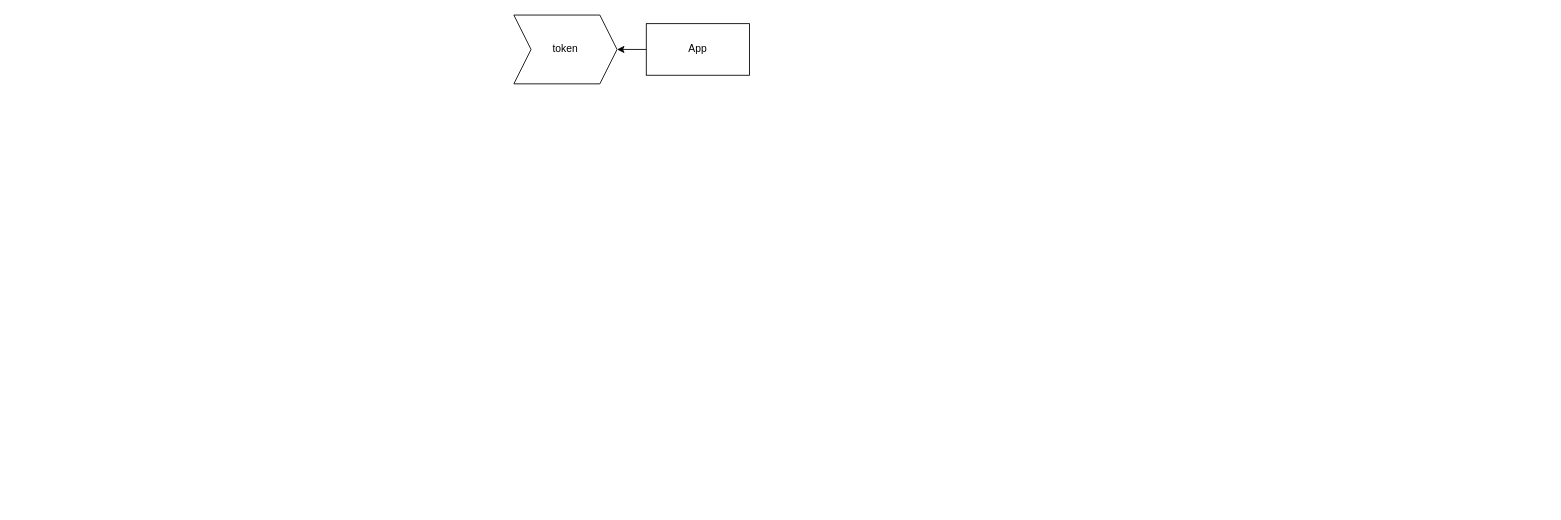
This is event-helper-components.drawio from DimaVarek/exercises, a draw.io file, before an edit. Source tidied: cells renumbered, new cells numbered last; positions are measured from the earlier drawing's top-left corner, leaving out a move shared by most shapes. Both pictures are drawn from the tidied source at 86%, with x=0, y=0 at pixel (513, 15).
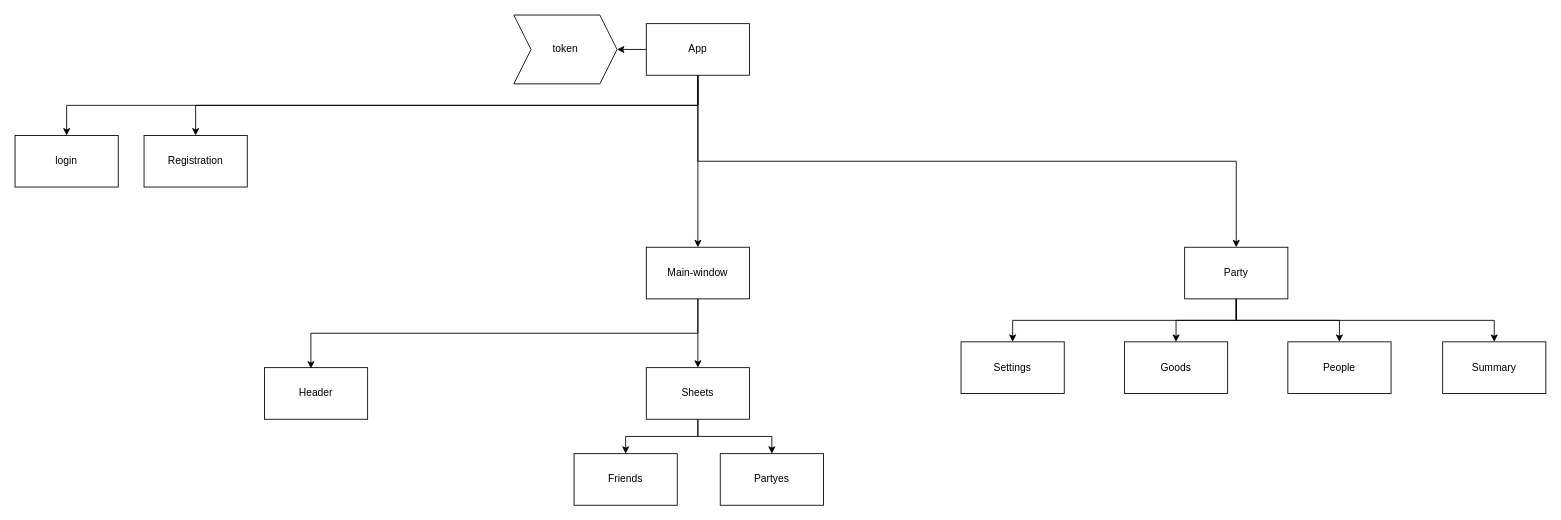
The same page after the edit.

The change refers to these unchanged cells:
```xml
<mxCell id="3" value="App" style="whiteSpace=wrap;html=1;" parent="1" vertex="1">
  <mxGeometry x="154" y="10" width="120" height="60" as="geometry" />
</mxCell>
```

Change to the diagram source:
```diff
@@
+    <mxCell id="5" style="edgeStyle=orthogonalEdgeStyle;rounded=0;jettySize=auto;html=1;exitX=0.5;exitY=1;exitDx=0;exitDy=0;entryX=0.5;entryY=0;entryDx=0;entryDy=0;" parent="1" edge="1" source="3" target="9">
+      <mxGeometry relative="1" as="geometry" />
+    </mxCell>
+    <mxCell id="6" style="edgeStyle=orthogonalEdgeStyle;rounded=0;jettySize=auto;html=1;exitX=0.5;exitY=1;exitDx=0;exitDy=0;" parent="1" edge="1" source="3" target="10">
+      <mxGeometry relative="1" as="geometry" />
+    </mxCell>
+    <mxCell id="7" style="edgeStyle=orthogonalEdgeStyle;rounded=0;jettySize=auto;html=1;exitX=0.5;exitY=1;exitDx=0;exitDy=0;entryX=0.5;entryY=0;entryDx=0;entryDy=0;" parent="1" edge="1" source="3" target="13">
+      <mxGeometry relative="1" as="geometry" />
+    </mxCell>
+    <mxCell id="8" style="edgeStyle=orthogonalEdgeStyle;rounded=0;jettySize=auto;html=1;exitX=0.5;exitY=1;exitDx=0;exitDy=0;" parent="1" edge="1" source="3" target="24">
+      <mxGeometry relative="1" as="geometry" />
+    </mxCell>
@@
+    <mxCell id="9" value="login" style="rounded=0;whiteSpace=wrap;html=1;" parent="1" vertex="1">
+      <mxGeometry x="-580" y="140" width="120" height="60" as="geometry" />
+    </mxCell>
+    <mxCell id="10" value="Registration" style="rounded=0;whiteSpace=wrap;html=1;" parent="1" vertex="1">
+      <mxGeometry x="-430" y="140" width="120" height="60" as="geometry" />
+    </mxCell>
+    <mxCell id="11" style="edgeStyle=orthogonalEdgeStyle;rounded=0;jettySize=auto;html=1;exitX=0.5;exitY=1;exitDx=0;exitDy=0;entryX=0.45;entryY=0.017;entryDx=0;entryDy=0;entryPerimeter=0;" parent="1" edge="1" source="13" target="14">
+      <mxGeometry relative="1" as="geometry" />
+    </mxCell>
+    <mxCell id="12" style="edgeStyle=orthogonalEdgeStyle;rounded=0;jettySize=auto;html=1;exitX=0.5;exitY=1;exitDx=0;exitDy=0;entryX=0.5;entryY=0;entryDx=0;entryDy=0;" parent="1" edge="1" source="13" target="17">
+      <mxGeometry relative="1" as="geometry" />
+    </mxCell>
+    <mxCell id="13" value="Main-window" style="rounded=0;whiteSpace=wrap;html=1;" parent="1" vertex="1">
+      <mxGeometry x="154" y="270" width="120" height="60" as="geometry" />
+    </mxCell>
+    <mxCell id="14" value="Header" style="rounded=0;whiteSpace=wrap;html=1;" parent="1" vertex="1">
+      <mxGeometry x="-290" y="410" width="120" height="60" as="geometry" />
+    </mxCell>
+    <mxCell id="15" style="edgeStyle=orthogonalEdgeStyle;rounded=0;jettySize=auto;html=1;exitX=0.5;exitY=1;exitDx=0;exitDy=0;entryX=0.5;entryY=0;entryDx=0;entryDy=0;" parent="1" edge="1" source="17" target="18">
+      <mxGeometry relative="1" as="geometry" />
+    </mxCell>
+    <mxCell id="16" style="edgeStyle=orthogonalEdgeStyle;rounded=0;jettySize=auto;html=1;exitX=0.5;exitY=1;exitDx=0;exitDy=0;entryX=0.5;entryY=0;entryDx=0;entryDy=0;" parent="1" edge="1" source="17" target="19">
+      <mxGeometry relative="1" as="geometry" />
+    </mxCell>
+    <mxCell id="17" value="Sheets" style="rounded=0;whiteSpace=wrap;html=1;" parent="1" vertex="1">
+      <mxGeometry x="154" y="410" width="120" height="60" as="geometry" />
+    </mxCell>
+    <mxCell id="18" value="Friends" style="rounded=0;whiteSpace=wrap;html=1;" parent="1" vertex="1">
+      <mxGeometry x="70" y="510" width="120" height="60" as="geometry" />
+    </mxCell>
+    <mxCell id="19" value="Partyes" style="rounded=0;whiteSpace=wrap;html=1;" parent="1" vertex="1">
+      <mxGeometry x="240" y="510" width="120" height="60" as="geometry" />
+    </mxCell>
+    <mxCell id="20" style="edgeStyle=orthogonalEdgeStyle;rounded=0;jettySize=auto;html=1;exitX=0.5;exitY=1;exitDx=0;exitDy=0;entryX=0.5;entryY=0;entryDx=0;entryDy=0;" parent="1" edge="1" source="24" target="25">
+      <mxGeometry relative="1" as="geometry" />
+    </mxCell>
+    <mxCell id="21" style="edgeStyle=orthogonalEdgeStyle;rounded=0;jettySize=auto;html=1;exitX=0.5;exitY=1;exitDx=0;exitDy=0;entryX=0.5;entryY=0;entryDx=0;entryDy=0;" parent="1" edge="1" source="24" target="26">
+      <mxGeometry relative="1" as="geometry" />
+    </mxCell>
+    <mxCell id="22" style="edgeStyle=orthogonalEdgeStyle;rounded=0;jettySize=auto;html=1;exitX=0.5;exitY=1;exitDx=0;exitDy=0;entryX=0.5;entryY=0;entryDx=0;entryDy=0;" parent="1" edge="1" source="24" target="27">
+      <mxGeometry relative="1" as="geometry" />
+    </mxCell>
+    <mxCell id="23" style="edgeStyle=orthogonalEdgeStyle;rounded=0;jettySize=auto;html=1;exitX=0.5;exitY=1;exitDx=0;exitDy=0;entryX=0.5;entryY=0;entryDx=0;entryDy=0;" parent="1" edge="1" source="24" target="28">
+      <mxGeometry relative="1" as="geometry" />
+    </mxCell>
+    <mxCell id="24" value="Party" style="rounded=0;whiteSpace=wrap;html=1;" parent="1" vertex="1">
+      <mxGeometry x="780" y="270" width="120" height="60" as="geometry" />
+    </mxCell>
+    <mxCell id="25" value="Settings" style="rounded=0;whiteSpace=wrap;html=1;" parent="1" vertex="1">
+      <mxGeometry x="520" y="380" width="120" height="60" as="geometry" />
+    </mxCell>
+    <mxCell id="26" value="Goods" style="rounded=0;whiteSpace=wrap;html=1;" parent="1" vertex="1">
+      <mxGeometry x="710" y="380" width="120" height="60" as="geometry" />
+    </mxCell>
+    <mxCell id="27" value="People" style="rounded=0;whiteSpace=wrap;html=1;" parent="1" vertex="1">
+      <mxGeometry x="900" y="380" width="120" height="60" as="geometry" />
+    </mxCell>
+    <mxCell id="28" value="Summary" style="rounded=0;whiteSpace=wrap;html=1;" parent="1" vertex="1">
+      <mxGeometry x="1080" y="380" width="120" height="60" as="geometry" />
+    </mxCell>
```
